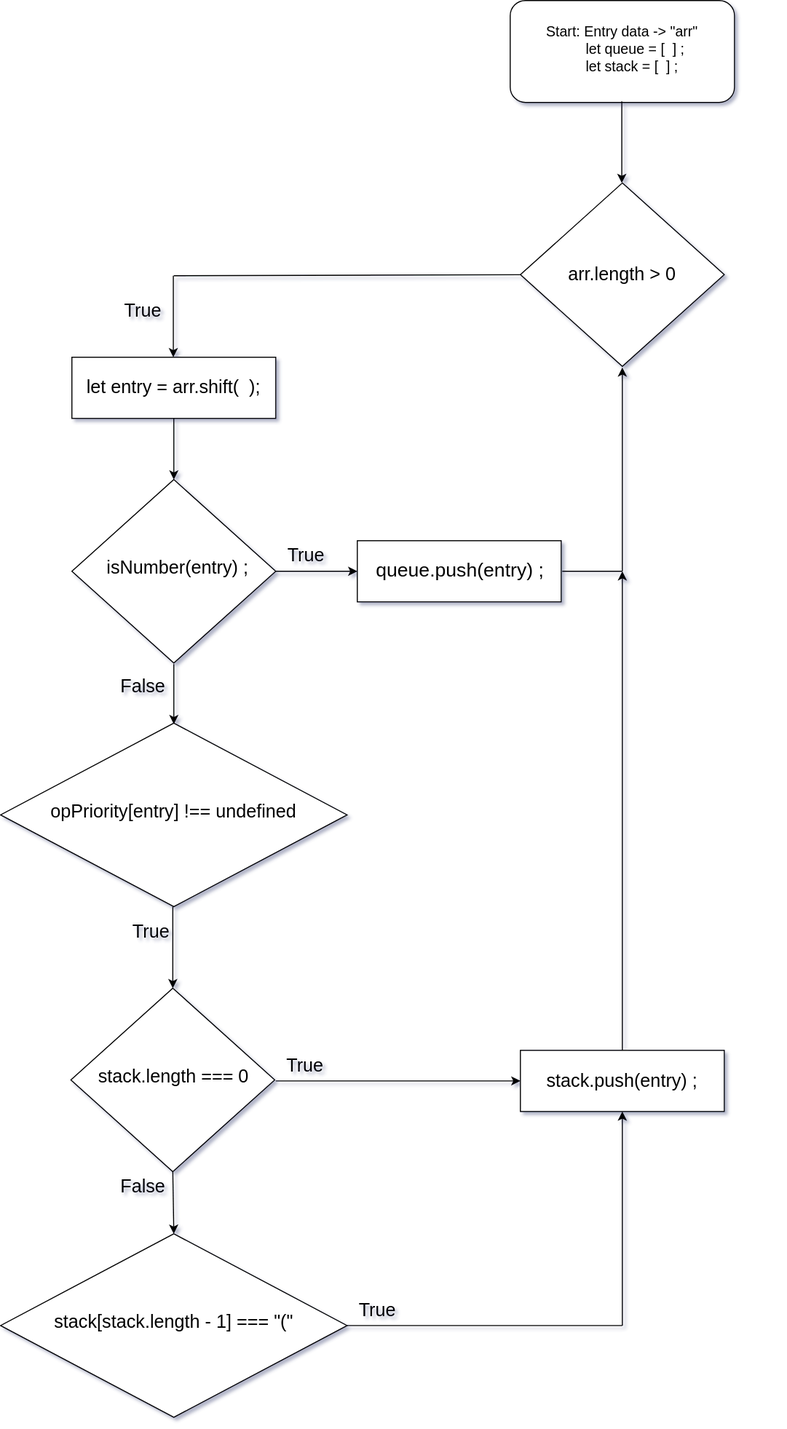
Earlier version of the draw.io export Untitled Diagram.drawio.svg (jcgm3205/jcgm3205). Source tidied: cells renumbered, new cells last; positions are measured from the earlier drawing's top-left corner, leaving out a move shared by most shapes. The source it was exported from:
```xml
<mxGraphModel shadow="1">
  <root>
    <mxCell id="0" />
    <mxCell id="1" parent="0" />
    <mxCell id="2" style="rounded=1;whiteSpace=wrap;html=1;" parent="1" vertex="1">
      <mxGeometry x="500" width="220" height="100" as="geometry" />
    </mxCell>
    <mxCell id="3" value="&lt;font&gt;&lt;span style=&quot;font-size: 14px&quot;&gt;Start: Entry data -&amp;gt; &quot;arr&quot;&lt;/span&gt;&lt;br&gt;&lt;div style=&quot;text-align: left&quot;&gt;&lt;span style=&quot;font-size: 14px&quot;&gt;&amp;nbsp; &amp;nbsp; &amp;nbsp; &amp;nbsp; &amp;nbsp; let queue = [&amp;nbsp; ] ;&lt;/span&gt;&lt;/div&gt;&lt;div style=&quot;text-align: left&quot;&gt;&lt;span style=&quot;font-size: 14px&quot;&gt;&amp;nbsp; &amp;nbsp; &amp;nbsp; &amp;nbsp; &amp;nbsp; let stack = [&amp;nbsp; ] ;&lt;/span&gt;&lt;/div&gt;&lt;br&gt;&lt;/font&gt;" style="text;html=1;strokeColor=none;fillColor=none;align=center;verticalAlign=middle;whiteSpace=wrap;rounded=0;" parent="1" vertex="1">
      <mxGeometry x="460" width="300" height="110" as="geometry" />
    </mxCell>
    <mxCell id="4" style="endArrow=classic;html=1;rounded=0;fontSize=14;" parent="1" edge="1">
      <mxGeometry relative="1" as="geometry">
        <mxPoint x="609.5" y="99" as="sourcePoint" />
        <mxPoint x="609.5" y="179" as="targetPoint" />
      </mxGeometry>
    </mxCell>
    <mxCell id="5" style="rhombus;whiteSpace=wrap;html=1;fontSize=14;" parent="1" vertex="1">
      <mxGeometry x="510" y="179" width="200" height="180" as="geometry" />
    </mxCell>
    <mxCell id="6" value="&lt;font style=&quot;font-size: 18px&quot;&gt;arr.length &amp;gt; 0&lt;/font&gt;" style="text;html=1;strokeColor=none;fillColor=none;align=center;verticalAlign=middle;whiteSpace=wrap;rounded=0;fontSize=14;" parent="1" vertex="1">
      <mxGeometry x="550" y="219" width="120" height="100" as="geometry" />
    </mxCell>
    <mxCell id="7" style="endArrow=classic;html=1;rounded=0;fontSize=14;" parent="1" edge="1">
      <mxGeometry relative="1" as="geometry">
        <mxPoint x="169.5" y="270" as="sourcePoint" />
        <mxPoint x="169.5" y="350" as="targetPoint" />
      </mxGeometry>
    </mxCell>
    <mxCell id="8" value="True" style="text;html=1;strokeColor=none;fillColor=none;align=center;verticalAlign=middle;whiteSpace=wrap;rounded=0;fontSize=18;" parent="1" vertex="1">
      <mxGeometry x="110" y="290" width="60" height="30" as="geometry" />
    </mxCell>
    <mxCell id="9" style="rounded=0;whiteSpace=wrap;html=1;fontSize=18;" parent="1" vertex="1">
      <mxGeometry x="70" y="350" width="200" height="60" as="geometry" />
    </mxCell>
    <mxCell id="10" value="let entry = arr.shift(&amp;nbsp; );" style="text;html=1;strokeColor=none;fillColor=none;align=center;verticalAlign=middle;whiteSpace=wrap;rounded=0;fontSize=18;" parent="1" vertex="1">
      <mxGeometry x="70" y="350" width="200" height="60" as="geometry" />
    </mxCell>
    <mxCell id="11" style="rhombus;whiteSpace=wrap;html=1;fontSize=14;" parent="1" vertex="1">
      <mxGeometry x="70" y="470" width="200" height="180" as="geometry" />
    </mxCell>
    <mxCell id="12" value="isNumber(entry) ;" style="text;html=1;strokeColor=none;fillColor=none;align=center;verticalAlign=middle;whiteSpace=wrap;rounded=0;fontSize=18;" parent="1" vertex="1">
      <mxGeometry x="94" y="507" width="160" height="100" as="geometry" />
    </mxCell>
    <mxCell id="13" style="endArrow=classic;html=1;rounded=0;fontSize=18;" parent="1" edge="1">
      <mxGeometry relative="1" as="geometry">
        <mxPoint x="170" y="651" as="sourcePoint" />
        <mxPoint x="170" y="710" as="targetPoint" />
      </mxGeometry>
    </mxCell>
    <mxCell id="14" value="False" style="text;html=1;strokeColor=none;fillColor=none;align=center;verticalAlign=middle;whiteSpace=wrap;rounded=0;fontSize=18;" parent="1" vertex="1">
      <mxGeometry x="110" y="658" width="60" height="30" as="geometry" />
    </mxCell>
    <mxCell id="15" style="rhombus;whiteSpace=wrap;html=1;fontSize=14;" parent="1" vertex="1">
      <mxGeometry y="709" width="340" height="180" as="geometry" />
    </mxCell>
    <mxCell id="16" value="opPriority[entry] !== undefined" style="text;html=1;strokeColor=none;fillColor=none;align=center;verticalAlign=middle;whiteSpace=wrap;rounded=0;fontSize=18;" parent="1" vertex="1">
      <mxGeometry x="40" y="756" width="260" height="80" as="geometry" />
    </mxCell>
    <mxCell id="17" style="endArrow=classic;html=1;rounded=0;fontSize=18;" parent="1" edge="1">
      <mxGeometry relative="1" as="geometry">
        <mxPoint x="169" y="889" as="sourcePoint" />
        <mxPoint x="169" y="969" as="targetPoint" />
      </mxGeometry>
    </mxCell>
    <mxCell id="18" value="True" style="text;html=1;strokeColor=none;fillColor=none;align=center;verticalAlign=middle;whiteSpace=wrap;rounded=0;fontSize=18;" parent="1" vertex="1">
      <mxGeometry x="118" y="899" width="60" height="30" as="geometry" />
    </mxCell>
    <mxCell id="19" style="rhombus;whiteSpace=wrap;html=1;fontSize=14;" parent="1" vertex="1">
      <mxGeometry x="69" y="969" width="200" height="180" as="geometry" />
    </mxCell>
    <mxCell id="20" value="stack.length === 0" style="text;html=1;strokeColor=none;fillColor=none;align=center;verticalAlign=middle;whiteSpace=wrap;rounded=0;fontSize=18;" parent="1" vertex="1">
      <mxGeometry x="90" y="1006" width="160" height="100" as="geometry" />
    </mxCell>
    <mxCell id="21" style="endArrow=classic;html=1;rounded=0;fontSize=18;exitX=0.5;exitY=1;exitDx=0;exitDy=0;entryX=1;entryY=1;entryDx=0;entryDy=0;entryPerimeter=0;" parent="1" edge="1" source="19">
      <mxGeometry relative="1" as="geometry">
        <mxPoint x="170" y="1210" as="targetPoint" />
      </mxGeometry>
    </mxCell>
    <mxCell id="22" style="endArrow=none;html=1;rounded=0;exitX=0;exitY=0.5;exitDx=0;exitDy=0;" parent="1" edge="1" source="5">
      <mxGeometry relative="1" as="geometry">
        <mxPoint x="170" y="270" as="targetPoint" />
      </mxGeometry>
    </mxCell>
    <mxCell id="23" style="endArrow=classic;html=1;rounded=0;" parent="1" edge="1">
      <mxGeometry relative="1" as="geometry">
        <mxPoint x="170" y="410" as="sourcePoint" />
        <mxPoint x="170" y="470" as="targetPoint" />
      </mxGeometry>
    </mxCell>
    <mxCell id="24" style="endArrow=classic;html=1;rounded=0;" parent="1" edge="1">
      <mxGeometry relative="1" as="geometry">
        <mxPoint x="270" y="560" as="sourcePoint" />
        <mxPoint x="350" y="560" as="targetPoint" />
      </mxGeometry>
    </mxCell>
    <mxCell id="25" value="True" style="text;html=1;strokeColor=none;fillColor=none;align=center;verticalAlign=middle;whiteSpace=wrap;rounded=0;fontSize=18;" parent="1" vertex="1">
      <mxGeometry x="270" y="530" width="60" height="30" as="geometry" />
    </mxCell>
    <mxCell id="26" style="rounded=0;whiteSpace=wrap;html=1;" parent="1" vertex="1">
      <mxGeometry x="350" y="530" width="200" height="60" as="geometry" />
    </mxCell>
    <mxCell id="27" value="&lt;font style=&quot;font-size: 19px&quot;&gt;queue.push(entry) ;&lt;/font&gt;" style="text;html=1;strokeColor=none;fillColor=none;align=center;verticalAlign=middle;whiteSpace=wrap;rounded=0;" parent="1" vertex="1">
      <mxGeometry x="351" y="530" width="200" height="60" as="geometry" />
    </mxCell>
    <mxCell id="28" style="endArrow=classic;html=1;rounded=0;fontSize=19;" parent="1" edge="1">
      <mxGeometry relative="1" as="geometry">
        <mxPoint x="610" y="560" as="sourcePoint" />
        <mxPoint x="610" y="360" as="targetPoint" />
      </mxGeometry>
    </mxCell>
    <mxCell id="29" style="endArrow=none;html=1;rounded=0;fontSize=19;" parent="1" edge="1">
      <mxGeometry relative="1" as="geometry">
        <mxPoint x="551" y="560" as="sourcePoint" />
        <mxPoint x="610" y="560" as="targetPoint" />
      </mxGeometry>
    </mxCell>
    <mxCell id="30" value="True" style="text;html=1;strokeColor=none;fillColor=none;align=center;verticalAlign=middle;whiteSpace=wrap;rounded=0;fontSize=18;" parent="1" vertex="1">
      <mxGeometry x="269" y="1030" width="60" height="30" as="geometry" />
    </mxCell>
    <mxCell id="31" style="rounded=0;whiteSpace=wrap;html=1;fontSize=19;" parent="1" vertex="1">
      <mxGeometry x="510" y="1030" width="200" height="60" as="geometry" />
    </mxCell>
    <mxCell id="32" style="endArrow=classic;html=1;rounded=0;fontSize=19;exitX=0.5;exitY=0;exitDx=0;exitDy=0;" parent="1" edge="1" source="31">
      <mxGeometry relative="1" as="geometry">
        <mxPoint x="610" y="560" as="targetPoint" />
      </mxGeometry>
    </mxCell>
    <mxCell id="33" style="endArrow=classic;html=1;rounded=0;fontSize=19;entryX=0;entryY=0.5;entryDx=0;entryDy=0;" parent="1" edge="1" target="31">
      <mxGeometry relative="1" as="geometry">
        <mxPoint x="270" y="1060" as="sourcePoint" />
      </mxGeometry>
    </mxCell>
    <mxCell id="34" value="&lt;font style=&quot;font-size: 18px&quot;&gt;stack.push(entry) ;&lt;/font&gt;" style="text;html=1;strokeColor=none;fillColor=none;align=center;verticalAlign=middle;whiteSpace=wrap;rounded=0;fontSize=19;" parent="1" vertex="1">
      <mxGeometry x="510" y="1030" width="200" height="60" as="geometry" />
    </mxCell>
    <mxCell id="35" value="False" style="text;html=1;strokeColor=none;fillColor=none;align=center;verticalAlign=middle;whiteSpace=wrap;rounded=0;fontSize=18;" parent="1" vertex="1">
      <mxGeometry x="110" y="1149" width="60" height="30" as="geometry" />
    </mxCell>
    <mxCell id="36" style="rhombus;whiteSpace=wrap;html=1;fontSize=14;" parent="1" vertex="1">
      <mxGeometry y="1210" width="340" height="180" as="geometry" />
    </mxCell>
    <mxCell id="37" value="stack[stack.length - 1] === &quot;(&quot;" style="text;whiteSpace=wrap;html=1;fontSize=18;" parent="1" vertex="1">
      <mxGeometry x="51" y="1280" width="238" height="50" as="geometry" />
    </mxCell>
    <mxCell id="38" style="endArrow=classic;html=1;rounded=0;fontSize=18;" parent="1" edge="1">
      <mxGeometry relative="1" as="geometry">
        <mxPoint x="610" y="1300" as="sourcePoint" />
        <mxPoint x="610" y="1090" as="targetPoint" />
      </mxGeometry>
    </mxCell>
    <mxCell id="39" style="endArrow=none;html=1;rounded=0;fontSize=18;" parent="1" edge="1">
      <mxGeometry relative="1" as="geometry">
        <mxPoint x="340" y="1300" as="sourcePoint" />
        <mxPoint x="610" y="1300" as="targetPoint" />
      </mxGeometry>
    </mxCell>
    <mxCell id="40" value="True" style="text;html=1;strokeColor=none;fillColor=none;align=center;verticalAlign=middle;whiteSpace=wrap;rounded=0;fontSize=18;" parent="1" vertex="1">
      <mxGeometry x="340" y="1270" width="60" height="30" as="geometry" />
    </mxCell>
  </root>
</mxGraphModel>
```
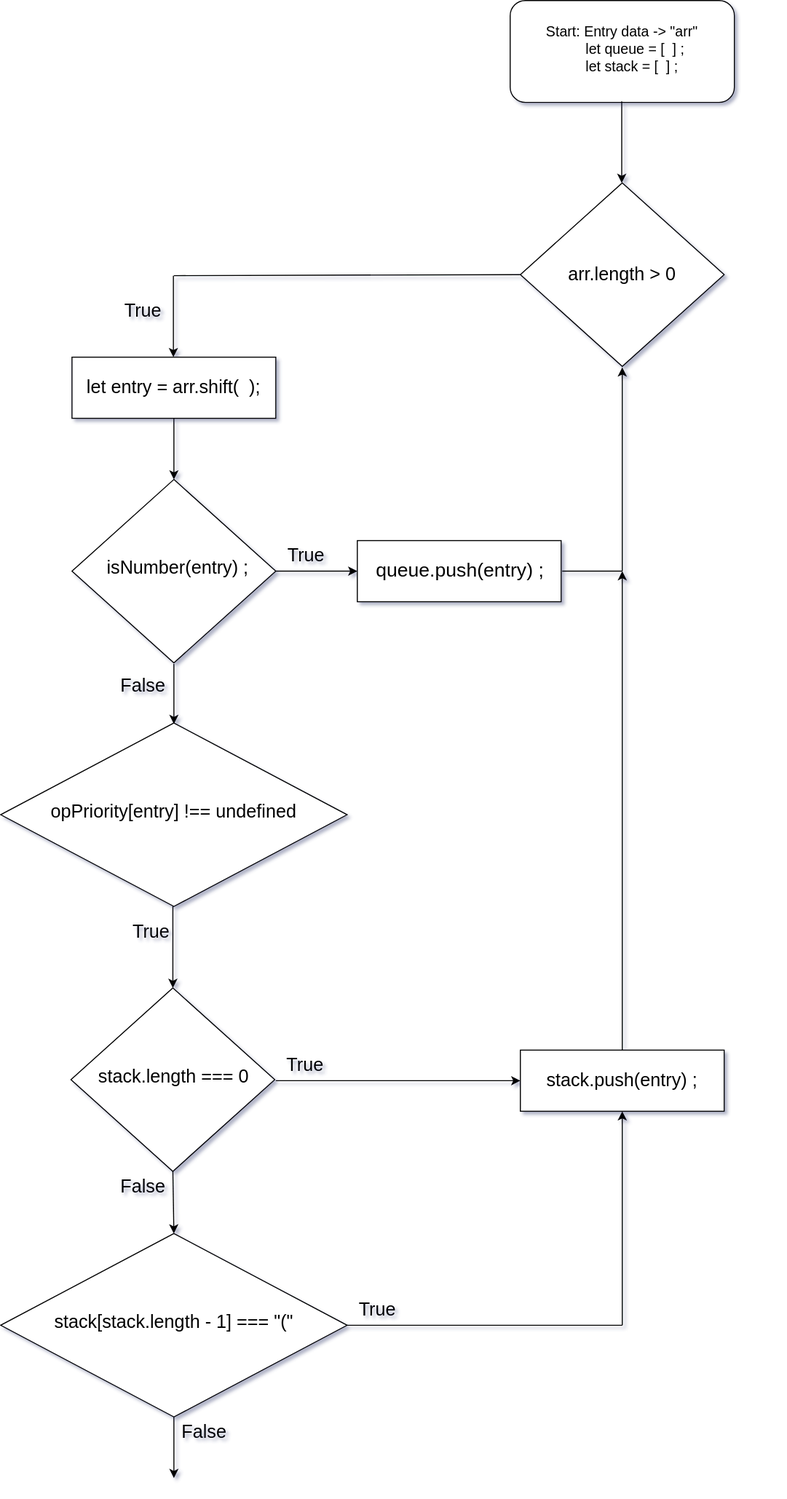
The same file after the commit.

Diff of the diagram source:
```diff
@@ -157,5 +157,14 @@
     <mxCell id="40" value="True" style="text;html=1;strokeColor=none;fillColor=none;align=center;verticalAlign=middle;whiteSpace=wrap;rounded=0;fontSize=18;" parent="1" vertex="1">
       <mxGeometry x="340" y="1270" width="60" height="30" as="geometry" />
     </mxCell>
+    <mxCell id="41" style="endArrow=classic;html=1;rounded=0;fontSize=18;" parent="1" edge="1">
+      <mxGeometry relative="1" as="geometry">
+        <mxPoint x="170" y="1390" as="sourcePoint" />
+        <mxPoint x="170" y="1450" as="targetPoint" />
+      </mxGeometry>
+    </mxCell>
+    <mxCell id="42" value="False" style="text;html=1;strokeColor=none;fillColor=none;align=center;verticalAlign=middle;whiteSpace=wrap;rounded=0;fontSize=18;" parent="1" vertex="1">
+      <mxGeometry x="170" y="1390" width="60" height="30" as="geometry" />
+    </mxCell>
   </root>
 </mxGraphModel>
```
